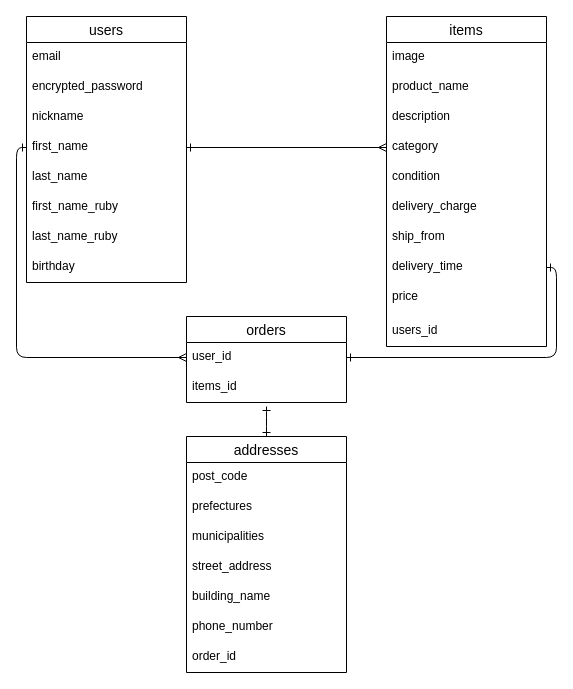
This is furima_database_ER.dio from miotaro/furima-39960, a draw.io file, before an edit. Source tidied: cells renumbered, new cells numbered last; positions are measured from the earlier drawing's top-left corner, leaving out a move shared by most shapes. Both pictures are drawn from the tidied source at 100%, with x=0, y=0 at pixel (26, 16).
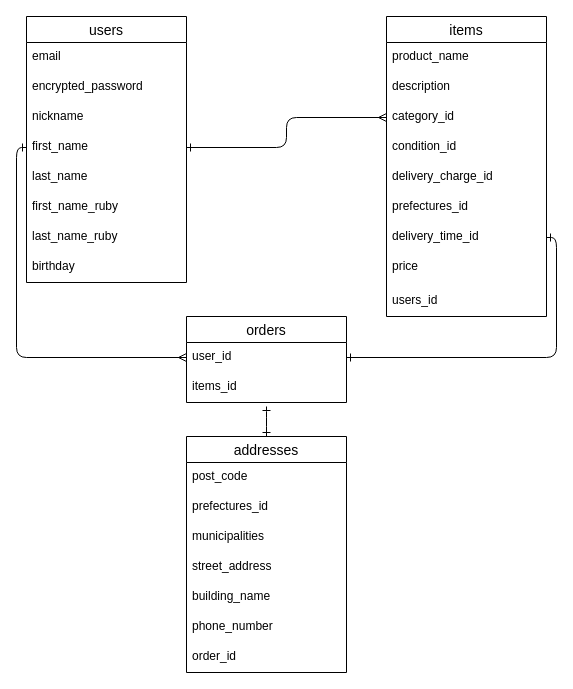
The same page after the edit.

Commit message (it also covers changes not shown here):
データベース設計（修正２）

The change refers to these unchanged cells:
```xml
<mxCell id="25" value="addresses" style="swimlane;fontStyle=0;horizontal=1;startSize=26;align=center;fontSize=14;" parent="1" vertex="1">
  <mxGeometry x="160" y="420" width="160" height="236" as="geometry" />
</mxCell>
```

Change to the diagram source:
```diff
@@
     <mxCell id="11" value="items" style="swimlane;fontStyle=0;horizontal=1;startSize=26;align=center;fontSize=14;" parent="1" vertex="1">
-      <mxGeometry x="360" width="160" height="330" as="geometry" />
+      <mxGeometry x="360" width="160" height="300" as="geometry" />
     </mxCell>
-    <mxCell id="12" value="image" style="text;strokeColor=none;fillColor=none;spacingLeft=4;spacingRight=4;overflow=hidden;fontSize=12;" parent="11" vertex="1">
-      <mxGeometry y="26" width="160" height="30" as="geometry" />
-    </mxCell>
     <mxCell id="13" value="product_name" style="text;strokeColor=none;fillColor=none;spacingLeft=4;spacingRight=4;overflow=hidden;fontSize=12;" parent="11" vertex="1">
-      <mxGeometry y="56" width="160" height="30" as="geometry" />
+      <mxGeometry y="26" width="160" height="30" as="geometry" />
     </mxCell>
     <mxCell id="14" value="description" style="text;strokeColor=none;fillColor=none;spacingLeft=4;spacingRight=4;overflow=hidden;fontSize=12;" parent="11" vertex="1">
-      <mxGeometry y="86" width="160" height="30" as="geometry" />
+      <mxGeometry y="56" width="160" height="30" as="geometry" />
     </mxCell>
-    <mxCell id="15" value="category" style="text;strokeColor=none;fillColor=none;spacingLeft=4;spacingRight=4;overflow=hidden;points=[[0,0.5],[1,0.5]];portConstraint=eastwest;fontSize=12;" parent="11" vertex="1">
-      <mxGeometry y="116" width="160" height="30" as="geometry" />
+    <mxCell id="15" value="category_id" style="text;strokeColor=none;fillColor=none;spacingLeft=4;spacingRight=4;overflow=hidden;points=[[0,0.5],[1,0.5]];portConstraint=eastwest;fontSize=12;" parent="11" vertex="1">
+      <mxGeometry y="86" width="160" height="30" as="geometry" />
     </mxCell>
-    <mxCell id="16" value="condition" style="text;strokeColor=none;fillColor=none;spacingLeft=4;spacingRight=4;overflow=hidden;fontSize=12;" parent="11" vertex="1">
-      <mxGeometry y="146" width="160" height="30" as="geometry" />
+    <mxCell id="16" value="condition_id" style="text;strokeColor=none;fillColor=none;spacingLeft=4;spacingRight=4;overflow=hidden;fontSize=12;" parent="11" vertex="1">
+      <mxGeometry y="116" width="160" height="30" as="geometry" />
     </mxCell>
-    <mxCell id="17" value="delivery_charge" style="text;strokeColor=none;fillColor=none;spacingLeft=4;spacingRight=4;overflow=hidden;fontSize=12;" parent="11" vertex="1">
-      <mxGeometry y="176" width="160" height="30" as="geometry" />
+    <mxCell id="17" value="delivery_charge_id" style="text;strokeColor=none;fillColor=none;spacingLeft=4;spacingRight=4;overflow=hidden;fontSize=12;" parent="11" vertex="1">
+      <mxGeometry y="146" width="160" height="30" as="geometry" />
     </mxCell>
-    <mxCell id="18" value="ship_from" style="text;strokeColor=none;fillColor=none;spacingLeft=4;spacingRight=4;overflow=hidden;fontSize=12;" parent="11" vertex="1">
-      <mxGeometry y="206" width="160" height="30" as="geometry" />
+    <mxCell id="18" value="prefectures_id" style="text;strokeColor=none;fillColor=none;spacingLeft=4;spacingRight=4;overflow=hidden;fontSize=12;" parent="11" vertex="1">
+      <mxGeometry y="176" width="160" height="30" as="geometry" />
     </mxCell>
-    <mxCell id="19" value="delivery_time" style="text;strokeColor=none;fillColor=none;spacingLeft=4;spacingRight=4;overflow=hidden;points=[[0,0.5],[1,0.5]];portConstraint=eastwest;fontSize=12;" parent="11" vertex="1">
-      <mxGeometry y="236" width="160" height="30" as="geometry" />
+    <mxCell id="19" value="delivery_time_id" style="text;strokeColor=none;fillColor=none;spacingLeft=4;spacingRight=4;overflow=hidden;points=[[0,0.5],[1,0.5]];portConstraint=eastwest;fontSize=12;" parent="11" vertex="1">
+      <mxGeometry y="206" width="160" height="30" as="geometry" />
     </mxCell>
     <mxCell id="20" value="price" style="text;strokeColor=none;fillColor=none;spacingLeft=4;spacingRight=4;overflow=hidden;fontSize=12;" parent="11" vertex="1">
-      <mxGeometry y="266" width="160" height="34" as="geometry" />
+      <mxGeometry y="236" width="160" height="34" as="geometry" />
     </mxCell>
     <mxCell id="21" value="users_id" style="text;strokeColor=none;fillColor=none;spacingLeft=4;spacingRight=4;overflow=hidden;fontSize=12;" parent="11" vertex="1">
-      <mxGeometry y="300" width="160" height="30" as="geometry" />
+      <mxGeometry y="270" width="160" height="30" as="geometry" />
     </mxCell>
@@
-    <mxCell id="27" value="prefectures" style="text;strokeColor=none;fillColor=none;spacingLeft=4;spacingRight=4;overflow=hidden;fontSize=12;" parent="25" vertex="1">
+    <mxCell id="27" value="prefectures_id" style="text;strokeColor=none;fillColor=none;spacingLeft=4;spacingRight=4;overflow=hidden;fontSize=12;" parent="25" vertex="1">
       <mxGeometry y="56" width="160" height="30" as="geometry" />
     </mxCell>
```
